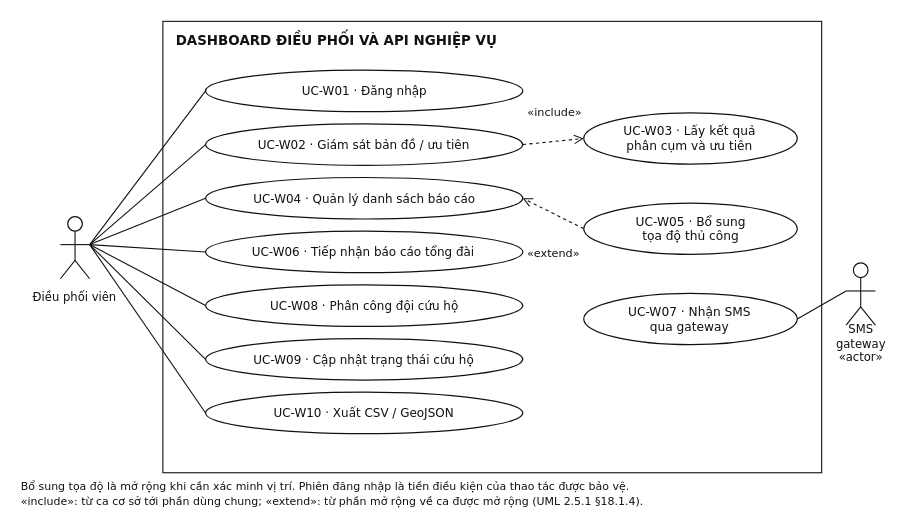
This is report/assets/diagrams/usecase_dashboard.drawio from ngthtrong/nckh2, a draw.io file, before an edit. Source tidied: cells renumbered, new cells numbered last; positions are measured from the earlier drawing's top-left corner, leaving out a move shared by most shapes. Both pictures are drawn from the tidied source at 122%, with x=0, y=0 at pixel (21, 21).
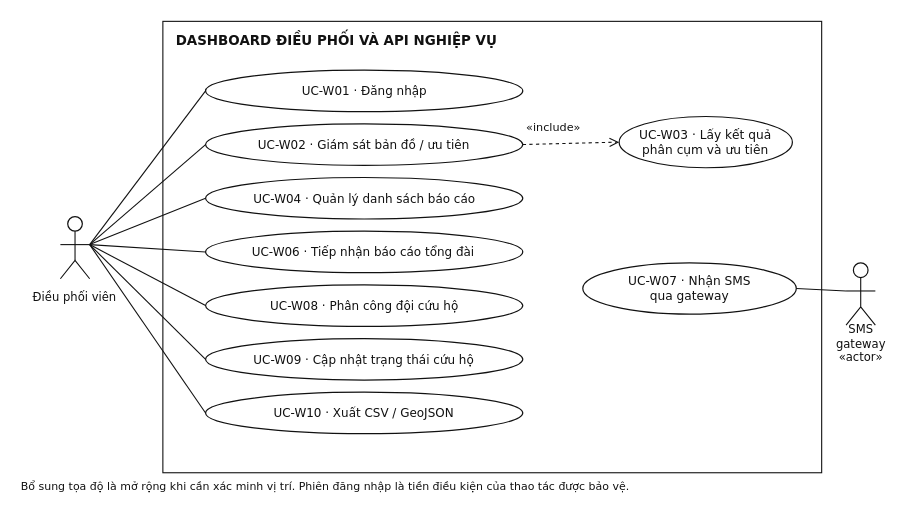
After the change.

What changed in the source:
```diff
@@
-    <mxCell id="18" style="ellipse;fillColor=white;strokeColor=#111111;" parent="1" vertex="1">
-      <mxGeometry x="461" y="75" width="175" height="42" as="geometry" />
-    </mxCell>
-    <mxCell id="19" value="&lt;div&gt;UC-W03 · Lấy kết quả&lt;br&gt;phân cụm và ưu tiên&lt;/div&gt;" style="text;html=1;whiteSpace=wrap;align=center;verticalAlign=middle;fontFamily=DejaVu Sans;fontSize=10;fontStyle=0;fontColor=#111111;spacing=0;overflow=visible;" parent="1" vertex="1">
-      <mxGeometry x="493.4" y="83.6" width="110.3" height="24.8" as="geometry" />
-    </mxCell>
-    <mxCell id="20" style="ellipse;fillColor=white;strokeColor=#111111;" parent="1" vertex="1">
-      <mxGeometry x="461" y="149" width="175" height="42" as="geometry" />
-    </mxCell>
-    <mxCell id="21" value="&lt;div&gt;UC-W05 · Bổ sung&lt;br&gt;tọa độ thủ công&lt;/div&gt;" style="text;html=1;whiteSpace=wrap;align=center;verticalAlign=middle;fontFamily=DejaVu Sans;fontSize=10;fontStyle=0;fontColor=#111111;spacing=0;overflow=visible;" parent="1" vertex="1">
-      <mxGeometry x="502.6" y="157.2" width="91.7" height="25.5" as="geometry" />
-    </mxCell>
     <mxCell id="22" style="ellipse;fillColor=white;strokeColor=#111111;" parent="1" vertex="1">
-      <mxGeometry x="461" y="223" width="175" height="42" as="geometry" />
+      <mxGeometry x="460.2" y="198" width="175" height="42" as="geometry" />
     </mxCell>
     <mxCell id="23" value="&lt;div&gt;UC-W07 · Nhận SMS&lt;br&gt;qua gateway&lt;/div&gt;" style="text;html=1;whiteSpace=wrap;align=center;verticalAlign=middle;fontFamily=DejaVu Sans;fontSize=10;fontStyle=0;fontColor=#111111;spacing=0;overflow=visible;" parent="1" vertex="1">
-      <mxGeometry x="497.5" y="232.3" width="102.1" height="23.3" as="geometry" />
+      <mxGeometry x="496.7" y="207.3" width="102.1" height="23.3" as="geometry" />
     </mxCell>
@@
-    <mxCell id="41" style="html=1;rounded=0;strokeColor=#111111;strokeWidth=0.9;dashed=0;endArrow=none;startArrow=none;edgeStyle=none;curved=0;orthogonalLoop=0;" parent="1" edge="1">
+    <mxCell id="41" style="html=1;rounded=0;strokeColor=#111111;strokeWidth=0.9;dashed=0;endArrow=none;startArrow=none;edgeStyle=none;curved=0;entryX=1;entryY=0.5;entryDx=0;entryDy=0;" parent="1" edge="1" target="22">
       <mxGeometry relative="1" as="geometry">
         <mxPoint x="676" y="221" as="sourcePoint" />
-        <mxPoint x="636" y="244" as="targetPoint" />
       </mxGeometry>
     </mxCell>
-    <mxCell id="42" style="html=1;rounded=0;strokeColor=#111111;strokeWidth=0.9;dashed=1;endArrow=classic;startArrow=none;edgeStyle=none;curved=0;orthogonalLoop=0;endArrow=open;endFill=0;" parent="1" edge="1">
+    <mxCell id="42" style="html=1;rounded=0;strokeColor=#111111;strokeWidth=0.9;dashed=1;endArrow=classic;startArrow=none;edgeStyle=none;curved=0;endArrow=open;endFill=0;entryX=0;entryY=0.5;entryDx=0;entryDy=0;" parent="1" edge="1" target="18">
       <mxGeometry relative="1" as="geometry">
         <mxPoint x="411" y="101" as="sourcePoint" />
-        <mxPoint x="461" y="96" as="targetPoint" />
       </mxGeometry>
     </mxCell>
     <mxCell id="43" value="&lt;div&gt;«include»&lt;/div&gt;" style="text;html=1;whiteSpace=wrap;align=center;verticalAlign=middle;fontFamily=DejaVu Sans;fontSize=9.2;fontStyle=0;fontColor=#111111;spacing=0;overflow=visible;" parent="1" vertex="1">
-      <mxGeometry x="413.6" y="68.3" width="46.8" height="11.4" as="geometry" />
+      <mxGeometry x="413.4" y="80" width="46.8" height="11.4" as="geometry" />
     </mxCell>
-    <mxCell id="44" style="html=1;rounded=0;strokeColor=#111111;strokeWidth=0.9;dashed=1;endArrow=classic;startArrow=none;edgeStyle=none;curved=0;orthogonalLoop=0;endArrow=open;endFill=0;" parent="1" edge="1">
-      <mxGeometry relative="1" as="geometry">
-        <mxPoint x="461" y="170" as="sourcePoint" />
-        <mxPoint x="411" y="145" as="targetPoint" />
-      </mxGeometry>
-    </mxCell>
-    <mxCell id="45" value="&lt;div&gt;«extend»&lt;/div&gt;" style="text;html=1;whiteSpace=wrap;align=center;verticalAlign=middle;fontFamily=DejaVu Sans;fontSize=9.2;fontStyle=0;fontColor=#111111;spacing=0;overflow=visible;" parent="1" vertex="1">
-      <mxGeometry x="414.4" y="184.3" width="45.2" height="11.4" as="geometry" />
-    </mxCell>
@@
-    <mxCell id="47" value="&lt;div&gt;«include»: từ ca cơ sở tới phần dùng chung; «extend»: từ phần mở rộng về ca được mở rộng (UML 2.5.1 §18.1.4).&lt;/div&gt;" style="text;html=1;whiteSpace=wrap;align=left;verticalAlign=middle;fontFamily=DejaVu Sans;fontSize=9;fontStyle=0;fontColor=#111111;spacing=0;overflow=visible;" parent="1" vertex="1">
-      <mxGeometry y="388" width="513.2" height="12.1" as="geometry" />
-    </mxCell>
+    <mxCell id="48" style="group;" parent="1" vertex="1">
+      <mxGeometry x="490" y="78" width="142" height="42" as="geometry" />
+    </mxCell>
+    <mxCell id="18" style="ellipse;fillColor=white;strokeColor=#111111;" parent="48" vertex="1">
+      <mxGeometry width="142" height="42" as="geometry" />
+    </mxCell>
+    <mxCell id="19" value="&lt;div&gt;UC-W03 · Lấy kết quả&lt;br&gt;phân cụm và ưu tiên&lt;/div&gt;" style="text;html=1;whiteSpace=wrap;align=center;verticalAlign=middle;fontFamily=DejaVu Sans;fontSize=10;fontStyle=0;fontColor=#111111;spacing=0;overflow=visible;" parent="48" vertex="1">
+      <mxGeometry x="15.9" y="8.6" width="110.3" height="24.8" as="geometry" />
+    </mxCell>
```
